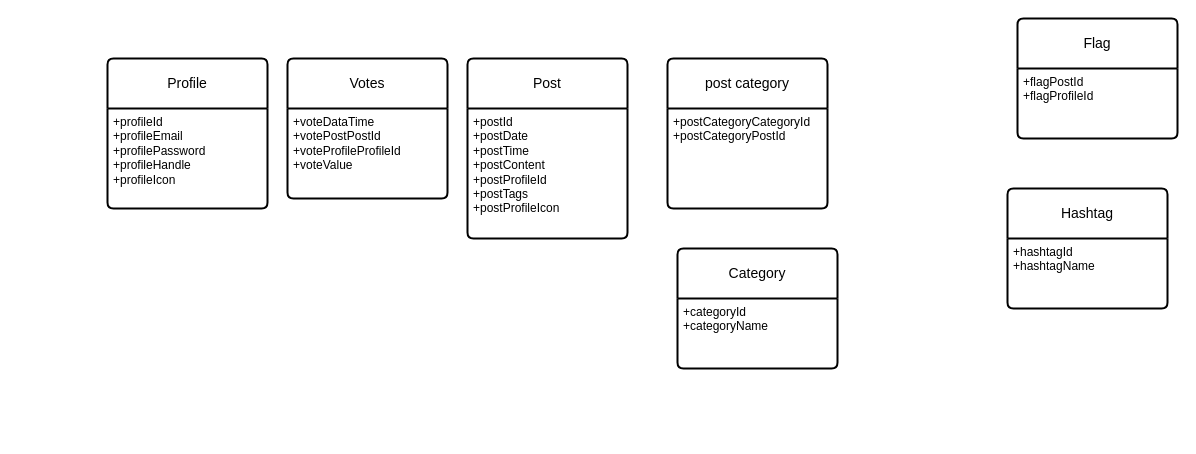
This is Entity Relationship Diagram.drawio from dreamy-dream-team/dream-team, a draw.io file, before an edit. Source tidied: cells renumbered, new cells numbered last; positions are measured from the earlier drawing's top-left corner, leaving out a move shared by most shapes. Both pictures are drawn from the tidied source at 100%, with x=0, y=0 at pixel (107, 18).
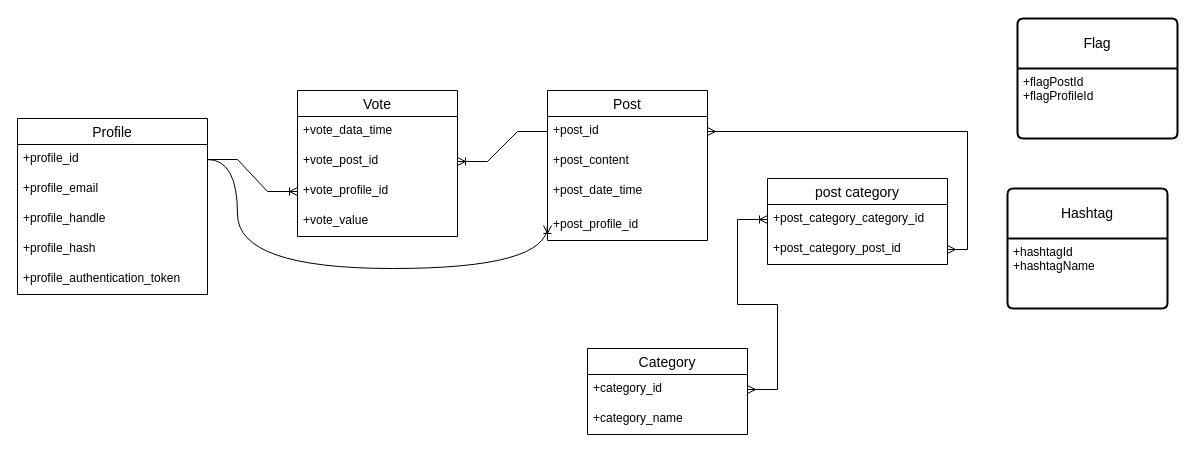
The same diagram, later.

The edit, as a diff of the source:
```diff
@@
-    <mxCell id="4" value="Votes" style="swimlane;horizontal=1;startSize=50;rounded=1;fontSize=14;fontStyle=0;strokeWidth=2;shadow=0;dashed=0;align=center;arcSize=4;whiteSpace=wrap;html=1;" parent="1" vertex="1">
-      <mxGeometry x="180" y="40" width="160" height="140" as="geometry" />
-    </mxCell>
-    <mxCell id="5" value="+voteDataTime&lt;br&gt;+votePostPostId&lt;br&gt;+voteProfileProfileId&lt;br&gt;&lt;div&gt;+voteValue&lt;/div&gt;&lt;div&gt;&lt;br&gt;&lt;/div&gt;" style="align=left;strokeColor=none;fillColor=none;spacingLeft=4;fontSize=12;verticalAlign=top;html=1;" parent="4" vertex="1">
-      <mxGeometry y="50" width="160" height="90" as="geometry" />
-    </mxCell>
-    <mxCell id="6" value="Post" style="swimlane;horizontal=1;startSize=50;rounded=1;fontSize=14;fontStyle=0;strokeWidth=2;shadow=0;dashed=0;align=center;arcSize=4;whiteSpace=wrap;html=1;" parent="1" vertex="1">
-      <mxGeometry x="360" y="40" width="160" height="180" as="geometry" />
-    </mxCell>
-    <mxCell id="7" value="+postId&lt;br&gt;+postDate&lt;br&gt;+postTime&lt;br&gt;+postContent&lt;br&gt;+postProfileId&lt;br&gt;+postTags&lt;br&gt;+postProfileIcon" style="align=left;strokeColor=none;fillColor=none;spacingLeft=4;fontSize=12;verticalAlign=top;html=1;" parent="6" vertex="1">
-      <mxGeometry y="50" width="160" height="130" as="geometry" />
-    </mxCell>
-    <mxCell id="8" value="Category" style="swimlane;horizontal=1;startSize=50;rounded=1;fontSize=14;fontStyle=0;strokeWidth=2;shadow=0;dashed=0;align=center;arcSize=4;whiteSpace=wrap;html=1;" parent="1" vertex="1">
-      <mxGeometry x="570" y="230" width="160" height="120" as="geometry" />
-    </mxCell>
-    <mxCell id="9" value="+categoryId&lt;br&gt;+categoryName" style="align=left;strokeColor=none;fillColor=none;spacingLeft=4;fontSize=12;verticalAlign=top;html=1;" parent="8" vertex="1">
-      <mxGeometry y="50" width="160" height="70" as="geometry" />
-    </mxCell>
-    <mxCell id="10" value="Profile" style="swimlane;horizontal=1;startSize=50;rounded=1;fontSize=14;fontStyle=0;strokeWidth=2;shadow=0;dashed=0;align=center;arcSize=4;whiteSpace=wrap;html=1;" parent="1" vertex="1">
-      <mxGeometry y="40" width="160" height="150" as="geometry" />
-    </mxCell>
-    <mxCell id="11" value="+profileId&lt;br&gt;+profileEmail&lt;br&gt;+profilePassword&lt;br&gt;+profileHandle&lt;br&gt;+profileIcon" style="align=left;strokeColor=none;fillColor=none;spacingLeft=4;fontSize=12;verticalAlign=top;html=1;" parent="10" vertex="1">
-      <mxGeometry y="50" width="160" height="100" as="geometry" />
-    </mxCell>
@@
+    <mxCell id="6" value="Post" style="swimlane;fontStyle=0;horizontal=1;startSize=26;align=center;fontSize=14;" parent="1" vertex="1">
+      <mxGeometry x="440" y="72" width="160" height="150" as="geometry" />
+    </mxCell>
+    <mxCell id="16" value="+post_id&lt;span style=&quot;white-space: pre;&quot;&gt; &lt;/span&gt;" style="text;strokeColor=none;fillColor=none;spacingLeft=4;spacingRight=4;overflow=hidden;points=[[0,0.5],[1,0.5]];portConstraint=eastwest;fontSize=12;whiteSpace=wrap;html=1;" parent="6" vertex="1">
+      <mxGeometry y="26" width="160" height="30" as="geometry" />
+    </mxCell>
+    <mxCell id="17" value="+post_content" style="text;strokeColor=none;fillColor=none;spacingLeft=4;spacingRight=4;overflow=hidden;fontSize=12;whiteSpace=wrap;html=1;" parent="6" vertex="1">
+      <mxGeometry y="56" width="160" height="30" as="geometry" />
+    </mxCell>
+    <mxCell id="18" value="+post_date_time" style="text;strokeColor=none;fillColor=none;spacingLeft=4;spacingRight=4;overflow=hidden;fontSize=12;whiteSpace=wrap;html=1;" parent="6" vertex="1">
+      <mxGeometry y="86" width="160" height="34" as="geometry" />
+    </mxCell>
+    <mxCell id="19" value="+post_profile_id" style="text;strokeColor=none;fillColor=none;spacingLeft=4;spacingRight=4;overflow=hidden;points=[[0,0.5],[1,0.5]];portConstraint=eastwest;fontSize=12;whiteSpace=wrap;html=1;" parent="6" vertex="1">
+      <mxGeometry y="120" width="160" height="30" as="geometry" />
+    </mxCell>
+    <mxCell id="10" value="Profile" style="swimlane;fontStyle=0;horizontal=1;startSize=26;align=center;fontSize=14;" parent="1" vertex="1">
+      <mxGeometry x="-90" y="100" width="190" height="176" as="geometry" />
+    </mxCell>
+    <mxCell id="20" value="+profile_id" style="text;strokeColor=none;fillColor=none;spacingLeft=4;spacingRight=4;overflow=hidden;points=[[0,0.5],[1,0.5]];portConstraint=eastwest;fontSize=12;whiteSpace=wrap;html=1;" parent="10" vertex="1">
+      <mxGeometry y="26" width="190" height="30" as="geometry" />
+    </mxCell>
+    <mxCell id="21" value="+profile_email" style="text;strokeColor=none;fillColor=none;spacingLeft=4;spacingRight=4;overflow=hidden;fontSize=12;whiteSpace=wrap;html=1;" parent="10" vertex="1">
+      <mxGeometry y="56" width="190" height="30" as="geometry" />
+    </mxCell>
+    <mxCell id="22" value="+profile_handle" style="text;strokeColor=none;fillColor=none;spacingLeft=4;spacingRight=4;overflow=hidden;fontSize=12;whiteSpace=wrap;html=1;" parent="10" vertex="1">
+      <mxGeometry y="86" width="190" height="30" as="geometry" />
+    </mxCell>
+    <mxCell id="23" value="+profile_hash" style="text;strokeColor=none;fillColor=none;spacingLeft=4;spacingRight=4;overflow=hidden;fontSize=12;whiteSpace=wrap;html=1;" parent="10" vertex="1">
+      <mxGeometry y="116" width="190" height="30" as="geometry" />
+    </mxCell>
+    <mxCell id="24" value="+profile_authentication_token" style="text;strokeColor=none;fillColor=none;spacingLeft=4;spacingRight=4;overflow=hidden;fontSize=12;whiteSpace=wrap;html=1;" parent="10" vertex="1">
+      <mxGeometry y="146" width="190" height="30" as="geometry" />
+    </mxCell>
+    <mxCell id="25" value="Vote" style="swimlane;fontStyle=0;horizontal=1;startSize=26;align=center;fontSize=14;" parent="1" vertex="1">
+      <mxGeometry x="190" y="72" width="160" height="146" as="geometry" />
+    </mxCell>
+    <mxCell id="26" value="+vote_data_time" style="text;strokeColor=none;fillColor=none;spacingLeft=4;spacingRight=4;overflow=hidden;fontSize=12;whiteSpace=wrap;html=1;" parent="25" vertex="1">
+      <mxGeometry y="26" width="160" height="30" as="geometry" />
+    </mxCell>
+    <mxCell id="27" value="+vote_post_id" style="text;strokeColor=none;fillColor=none;spacingLeft=4;spacingRight=4;overflow=hidden;points=[[0,0.5],[1,0.5]];portConstraint=eastwest;fontSize=12;whiteSpace=wrap;html=1;" parent="25" vertex="1">
+      <mxGeometry y="56" width="160" height="30" as="geometry" />
+    </mxCell>
+    <mxCell id="28" value="+vote_profile_id" style="text;strokeColor=none;fillColor=none;spacingLeft=4;spacingRight=4;overflow=hidden;points=[[0,0.5],[1,0.5]];portConstraint=eastwest;fontSize=12;whiteSpace=wrap;html=1;" parent="25" vertex="1">
+      <mxGeometry y="86" width="160" height="30" as="geometry" />
+    </mxCell>
+    <mxCell id="29" value="+vote_value" style="text;strokeColor=none;fillColor=none;spacingLeft=4;spacingRight=4;overflow=hidden;fontSize=12;whiteSpace=wrap;html=1;" parent="25" vertex="1">
+      <mxGeometry y="116" width="160" height="30" as="geometry" />
+    </mxCell>
-    <mxCell id="14" value="post category" style="swimlane;horizontal=1;startSize=50;rounded=1;fontSize=14;fontStyle=0;strokeWidth=2;shadow=0;dashed=0;align=center;arcSize=4;whiteSpace=wrap;html=1;" parent="1" vertex="1">
-      <mxGeometry x="560" y="40" width="160" height="150" as="geometry" />
+    <mxCell id="14" value="post category" style="swimlane;fontStyle=0;horizontal=1;startSize=26;align=center;fontSize=14;" parent="1" vertex="1">
+      <mxGeometry x="660" y="160" width="180" height="86" as="geometry" />
     </mxCell>
-    <mxCell id="15" value="+postCategoryCategoryId&lt;br&gt;+postCategoryPostId&lt;br&gt;" style="align=left;strokeColor=none;fillColor=none;spacingLeft=4;fontSize=12;verticalAlign=top;html=1;" parent="14" vertex="1">
-      <mxGeometry y="50" width="160" height="100" as="geometry" />
-    </mxCell>
+    <mxCell id="30" value="+post_category_category_id" style="text;strokeColor=none;fillColor=none;spacingLeft=4;spacingRight=4;overflow=hidden;points=[[0,0.5],[1,0.5]];portConstraint=eastwest;fontSize=12;whiteSpace=wrap;html=1;" parent="14" vertex="1">
+      <mxGeometry y="26" width="180" height="30" as="geometry" />
+    </mxCell>
+    <mxCell id="31" value="+post_category_post_id" style="text;strokeColor=none;fillColor=none;spacingLeft=4;spacingRight=4;overflow=hidden;points=[[0,0.5],[1,0.5]];portConstraint=eastwest;fontSize=12;whiteSpace=wrap;html=1;" parent="14" vertex="1">
+      <mxGeometry y="56" width="180" height="30" as="geometry" />
+    </mxCell>
+    <mxCell id="8" value="Category" style="swimlane;fontStyle=0;horizontal=1;startSize=26;align=center;fontSize=14;" parent="1" vertex="1">
+      <mxGeometry x="480" y="330" width="160" height="86" as="geometry" />
+    </mxCell>
+    <mxCell id="32" value="+category_id" style="text;strokeColor=none;fillColor=none;spacingLeft=4;spacingRight=4;overflow=hidden;points=[[0,0.5],[1,0.5]];portConstraint=eastwest;fontSize=12;whiteSpace=wrap;html=1;" parent="8" vertex="1">
+      <mxGeometry y="26" width="160" height="30" as="geometry" />
+    </mxCell>
+    <mxCell id="33" value="+category_name" style="text;strokeColor=none;fillColor=none;spacingLeft=4;spacingRight=4;overflow=hidden;fontSize=12;whiteSpace=wrap;html=1;" parent="8" vertex="1">
+      <mxGeometry y="56" width="160" height="30" as="geometry" />
+    </mxCell>
+    <mxCell id="34" style="edgeStyle=entityRelationEdgeStyle;fontSize=12;html=1;endArrow=ERoneToMany;rounded=0;exitX=0;exitY=0.5;exitDx=0;exitDy=0;entryX=1;entryY=0.5;entryDx=0;entryDy=0;" parent="1" edge="1" source="16" target="27">
+      <mxGeometry relative="1" as="geometry" />
+    </mxCell>
+    <mxCell id="35" style="edgeStyle=orthogonalEdgeStyle;fontSize=12;html=1;endArrow=ERoneToMany;rounded=0;exitX=1;exitY=0.5;exitDx=0;exitDy=0;entryX=0;entryY=0.5;entryDx=0;entryDy=0;elbow=vertical;curved=1;" parent="1" edge="1" source="20" target="19">
+      <mxGeometry relative="1" as="geometry">
+        <Array as="points">
+          <mxPoint x="130" y="141" />
+          <mxPoint x="130" y="250" />
+          <mxPoint x="440" y="250" />
+        </Array>
+      </mxGeometry>
+    </mxCell>
+    <mxCell id="36" style="edgeStyle=entityRelationEdgeStyle;fontSize=12;html=1;endArrow=ERoneToMany;rounded=0;exitX=1;exitY=0.5;exitDx=0;exitDy=0;entryX=0;entryY=0.5;entryDx=0;entryDy=0;" parent="1" edge="1" source="20" target="28">
+      <mxGeometry relative="1" as="geometry" />
+    </mxCell>
+    <mxCell id="37" style="edgeStyle=entityRelationEdgeStyle;fontSize=12;html=1;endArrow=ERoneToMany;rounded=0;entryX=0;entryY=0.5;entryDx=0;entryDy=0;startArrow=ERmany;startFill=0;exitX=1;exitY=0.5;exitDx=0;exitDy=0;" parent="1" edge="1" source="32" target="30">
+      <mxGeometry relative="1" as="geometry" />
+    </mxCell>
+    <mxCell id="38" style="edgeStyle=elbowEdgeStyle;fontSize=12;html=1;endArrow=ERmany;startArrow=ERmany;rounded=0;exitX=1;exitY=0.5;exitDx=0;exitDy=0;entryX=1;entryY=0.5;entryDx=0;entryDy=0;" parent="1" edge="1" source="16" target="31">
+      <mxGeometry relative="1" as="geometry">
+        <Array as="points">
+          <mxPoint x="860" y="170" />
+        </Array>
+      </mxGeometry>
+    </mxCell>
```
